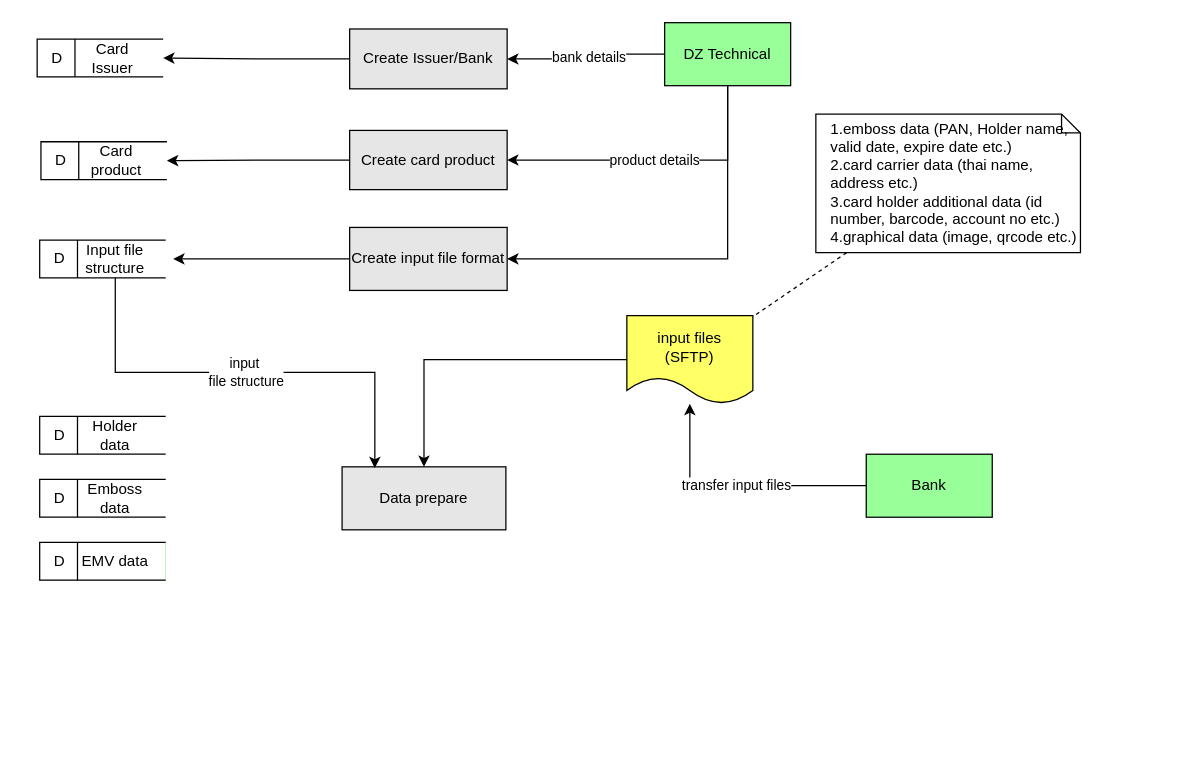
Above: page "centralize model" (1 of 3) of SmartCPSDesignSystem.drawio in delphihero/MyDocument (draw.io), before the change. Source tidied: cells renumbered, new cells numbered last; positions are measured from the earlier drawing's top-left corner, leaving out a move shared by most shapes. Both pictures are drawn from the tidied source at 126%, with x=0, y=0 at pixel (21, 23).
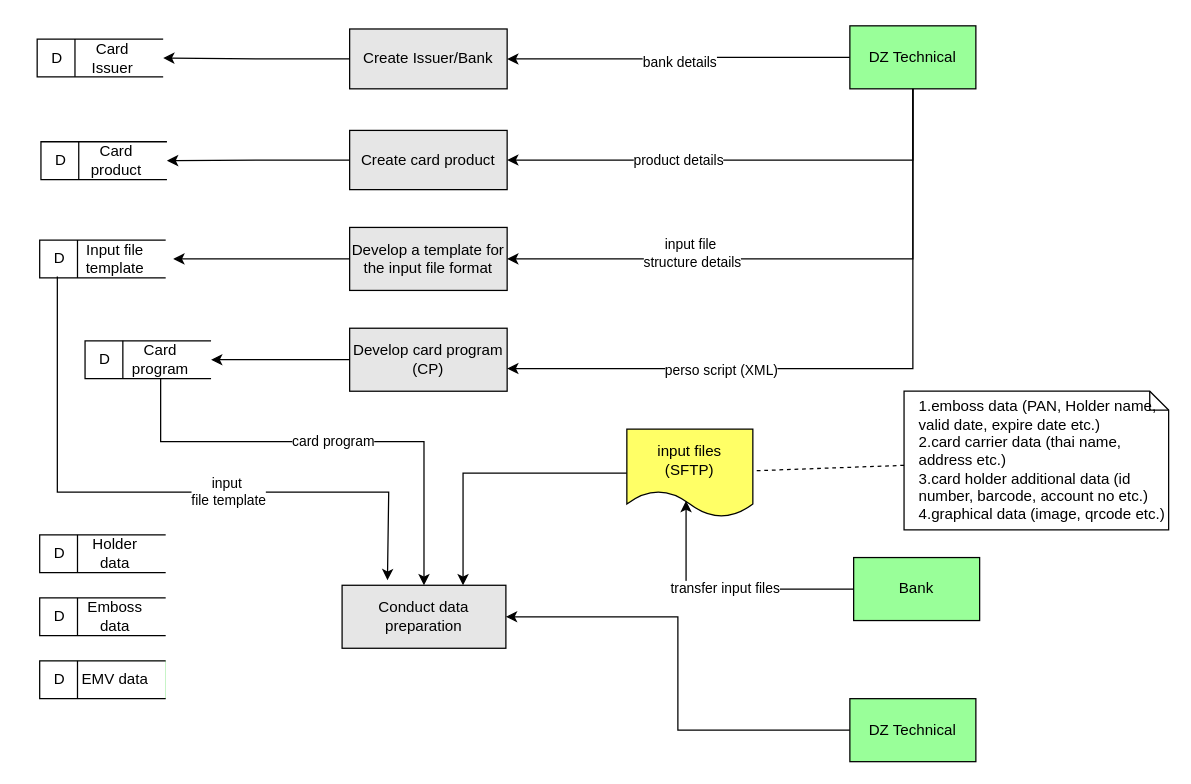
Above is the later version.

The change refers to these unchanged cells:
```xml
<mxCell id="21" style="edgeStyle=orthogonalEdgeStyle;rounded=0;jettySize=auto;html=1;entryX=1;entryY=0.5;entryDx=0;entryDy=0;exitX=0.5;exitY=1;exitDx=0;exitDy=0;" parent="1" edge="1" source="22" target="34">
  <mxGeometry relative="1" as="geometry" />
</mxCell>
<mxCell id="24" value="Create card product" style="html=1;dashed=0;whiteSpace=wrap;fillColor=#E6E6E6;" parent="1" vertex="1">
  <mxGeometry x="260" y="85" width="125" height="47" as="geometry" />
</mxCell>
<mxCell id="35" style="group;" parent="1" vertex="1">
  <mxGeometry x="14" y="172" width="100" height="30" as="geometry" />
</mxCell>
<mxCell id="36" value="&amp;nbsp; D" style="html=1;dashed=0;whiteSpace=wrap;shape=mxgraph.dfd.dataStoreID;align=left;spacingLeft=3;points=[[0,0],[0.5,0],[1,0],[0,0.5],[1,0.5],[0,1],[0.5,1],[1,1]];" parent="35" vertex="1">
  <mxGeometry width="100" height="30" as="geometry" />
</mxCell>
```

What changed in the source:
```diff
@@
-    <mxCell id="2" value="Data prepare" style="html=1;dashed=0;whiteSpace=wrap;fillColor=#E6E6E6;" parent="1" vertex="1">
-      <mxGeometry x="254" y="352" width="130" height="50" as="geometry" />
+    <mxCell id="2" value="Conduct data preparation" style="html=1;dashed=0;whiteSpace=wrap;fillColor=#E6E6E6;" parent="1" vertex="1">
+      <mxGeometry x="254" y="446" width="130" height="50" as="geometry" />
     </mxCell>
     <mxCell id="3" value="&lt;div&gt;1.emboss data (PAN, Holder name, valid date, expire date etc.)&lt;br&gt;&lt;/div&gt;&lt;div&gt;2.card carrier data (thai name, address etc.)&lt;br&gt;&lt;/div&gt;&lt;div&gt;3.card holder additional data (id number, barcode, account no etc.)&lt;/div&gt;&lt;div&gt;4.graphical data (image, qrcode etc.)&lt;br&gt;&lt;/div&gt;" style="shape=note;size=15;align=left;spacingLeft=10;html=1;whiteSpace=wrap;" parent="1" vertex="1">
-      <mxGeometry x="630" y="72" width="210" height="110" as="geometry" />
+      <mxGeometry x="700" y="292" width="210" height="110" as="geometry" />
     </mxCell>
@@
     <mxCell id="5" style="edgeStyle=orthogonalEdgeStyle;rounded=0;jettySize=auto;html=1;" parent="1" edge="1" source="6" target="2">
-      <mxGeometry relative="1" as="geometry" />
+      <mxGeometry relative="1" as="geometry">
+        <Array as="points">
+          <mxPoint x="350" y="357" />
+        </Array>
+      </mxGeometry>
     </mxCell>
     <mxCell id="6" value="&lt;div&gt;input files&lt;/div&gt;&lt;div&gt;(SFTP)&lt;br&gt;&lt;/div&gt;" style="shape=document;whiteSpace=wrap;html=1;boundedLbl=1;dashed=0;flipH=1;fillColor=#FFFF66;" parent="1" vertex="1">
-      <mxGeometry x="480" y="232" width="100" height="70" as="geometry" />
+      <mxGeometry x="480" y="322" width="100" height="70" as="geometry" />
     </mxCell>
     <mxCell id="7" style="group;" parent="1" vertex="1">
-      <mxGeometry x="14" y="362" width="100" height="30" as="geometry" />
+      <mxGeometry x="14" y="456" width="100" height="30" as="geometry" />
     </mxCell>
@@
     <mxCell id="10" style="group;fillColor=#00CC00;" parent="1" vertex="1">
-      <mxGeometry x="14" y="412" width="100" height="30" as="geometry" />
+      <mxGeometry x="14" y="506" width="100" height="30" as="geometry" />
     </mxCell>
@@
     <mxCell id="13" style="group;" parent="1" vertex="1">
-      <mxGeometry x="14" y="312" width="100" height="30" as="geometry" />
+      <mxGeometry x="14" y="406" width="100" height="30" as="geometry" />
     </mxCell>
@@
     <mxCell id="20" value="product details" style="rounded=0;jettySize=auto;html=1;entryX=1;entryY=0.5;entryDx=0;entryDy=0;exitX=0.5;exitY=1;exitDx=0;exitDy=0;edgeStyle=orthogonalEdgeStyle;" parent="1" edge="1" source="22" target="24">
-      <mxGeometry relative="1" as="geometry" />
+      <mxGeometry x="0.29" relative="1" as="geometry">
+        <mxPoint x="1" as="offset" />
+      </mxGeometry>
     </mxCell>
@@
+    <mxCell id="39" value="&lt;div&gt;input file&amp;nbsp;&lt;/div&gt;&lt;div&gt;structure details&lt;/div&gt;" style="edgeLabel;html=1;align=center;verticalAlign=middle;" parent="21" vertex="1">
+      <mxGeometry x="-0.31" y="5" relative="1" as="geometry">
+        <mxPoint x="-153" y="-10" as="offset" />
+      </mxGeometry>
+    </mxCell>
     <mxCell id="22" value="DZ Technical" style="html=1;dashed=0;whiteSpace=wrap;fillColor=#99FF99;" parent="1" vertex="1">
-      <mxGeometry x="510" y="-0.5" width="100" height="50" as="geometry" />
+      <mxGeometry x="657" y="2" width="100" height="50" as="geometry" />
     </mxCell>
@@
-    <mxCell id="31" value="transfer input files" style="edgeStyle=orthogonalEdgeStyle;rounded=0;jettySize=auto;html=1;" parent="1" edge="1" source="32" target="6">
+    <mxCell id="31" value="transfer input files" style="edgeStyle=orthogonalEdgeStyle;rounded=0;jettySize=auto;html=1;entryX=0.53;entryY=0.814;entryDx=0;entryDy=0;entryPerimeter=0;" parent="1" edge="1" source="32" target="6">
       <mxGeometry relative="1" as="geometry" />
     </mxCell>
     <mxCell id="32" value="Bank" style="html=1;dashed=0;whiteSpace=wrap;fillColor=#99FF99;" parent="1" vertex="1">
-      <mxGeometry x="670" y="342" width="100" height="50" as="geometry" />
+      <mxGeometry x="660" y="424" width="100" height="50" as="geometry" />
     </mxCell>
@@
-    <mxCell id="34" value="Create input file format" style="html=1;dashed=0;whiteSpace=wrap;fillColor=#E6E6E6;" parent="1" vertex="1">
+    <mxCell id="34" value="Develop a template for the input file format" style="html=1;dashed=0;whiteSpace=wrap;fillColor=#E6E6E6;" parent="1" vertex="1">
       <mxGeometry x="260" y="162" width="125" height="50" as="geometry" />
     </mxCell>
@@
-    <mxCell id="37" value="Input file structure" style="text;strokeColor=none;align=center;fillColor=none;html=1;verticalAlign=middle;whiteSpace=wrap;rounded=0;" parent="35" vertex="1">
+    <mxCell id="37" value="Input file template" style="text;strokeColor=none;align=center;fillColor=none;html=1;verticalAlign=middle;whiteSpace=wrap;rounded=0;" parent="35" vertex="1">
       <mxGeometry x="30" width="60" height="30" as="geometry" />
     </mxCell>
-    <mxCell id="38" value="&lt;div&gt;input&amp;nbsp;&lt;/div&gt;&lt;div&gt;file structure&lt;/div&gt;" style="rounded=0;jettySize=auto;html=1;entryX=0.2;entryY=0.02;entryDx=0;entryDy=0;entryPerimeter=0;edgeStyle=orthogonalEdgeStyle;exitX=0.5;exitY=1;exitDx=0;exitDy=0;" parent="1" edge="1" source="37" target="2">
-      <mxGeometry relative="1" as="geometry" />
+    <mxCell id="38" value="&lt;div&gt;input&amp;nbsp;&lt;/div&gt;&lt;div&gt;file template&lt;/div&gt;" style="rounded=0;jettySize=auto;html=1;edgeStyle=orthogonalEdgeStyle;exitX=0.14;exitY=0.967;exitDx=0;exitDy=0;exitPerimeter=0;" parent="1" edge="1" source="36">
+      <mxGeometry x="0.22" relative="1" as="geometry">
+        <mxPoint x="290" y="442" as="targetPoint" />
+        <Array as="points">
+          <mxPoint x="28" y="372" />
+          <mxPoint x="291" y="372" />
+        </Array>
+      </mxGeometry>
     </mxCell>
+    <mxCell id="40" style="edgeStyle=orthogonalEdgeStyle;rounded=0;jettySize=auto;html=1;entryX=1;entryY=0.5;entryDx=0;entryDy=0;" parent="1" edge="1" source="41" target="45">
+      <mxGeometry relative="1" as="geometry" />
+    </mxCell>
+    <mxCell id="41" value="Develop card program (CP)" style="html=1;dashed=0;whiteSpace=wrap;fillColor=#E6E6E6;" parent="1" vertex="1">
+      <mxGeometry x="260" y="242" width="125" height="50" as="geometry" />
+    </mxCell>
+    <mxCell id="42" style="edgeStyle=orthogonalEdgeStyle;rounded=0;jettySize=auto;html=1;entryX=1;entryY=0.64;entryDx=0;entryDy=0;entryPerimeter=0;" parent="1" edge="1" source="22" target="41">
+      <mxGeometry relative="1" as="geometry">
+        <Array as="points">
+          <mxPoint x="707" y="274" />
+        </Array>
+      </mxGeometry>
+    </mxCell>
+    <mxCell id="43" value="perso script (XML)" style="edgeLabel;html=1;align=center;verticalAlign=middle;" parent="42" vertex="1">
+      <mxGeometry x="0.38" y="1" relative="1" as="geometry" />
+    </mxCell>
+    <mxCell id="44" style="group;" parent="1" vertex="1">
+      <mxGeometry x="50" y="252" width="100" height="30" as="geometry" />
+    </mxCell>
+    <mxCell id="45" value="&amp;nbsp; D" style="html=1;dashed=0;whiteSpace=wrap;shape=mxgraph.dfd.dataStoreID;align=left;spacingLeft=3;points=[[0,0],[0.5,0],[1,0],[0,0.5],[1,0.5],[0,1],[0.5,1],[1,1]];" parent="44" vertex="1">
+      <mxGeometry width="100" height="30" as="geometry" />
+    </mxCell>
+    <mxCell id="46" value="Card program" style="text;strokeColor=none;align=center;fillColor=none;html=1;verticalAlign=middle;whiteSpace=wrap;rounded=0;" parent="44" vertex="1">
+      <mxGeometry x="30" width="60" height="30" as="geometry" />
+    </mxCell>
+    <mxCell id="47" value="card program" style="edgeStyle=orthogonalEdgeStyle;rounded=0;jettySize=auto;html=1;entryX=0.5;entryY=0;entryDx=0;entryDy=0;" parent="1" edge="1" source="46" target="2">
+      <mxGeometry relative="1" as="geometry">
+        <Array as="points">
+          <mxPoint x="110" y="332" />
+          <mxPoint x="319" y="332" />
+        </Array>
+      </mxGeometry>
+    </mxCell>
+    <mxCell id="48" style="edgeStyle=orthogonalEdgeStyle;rounded=0;jettySize=auto;html=1;entryX=1;entryY=0.5;entryDx=0;entryDy=0;" parent="1" edge="1" source="49" target="2">
+      <mxGeometry relative="1" as="geometry" />
+    </mxCell>
+    <mxCell id="49" value="DZ Technical" style="html=1;dashed=0;whiteSpace=wrap;fillColor=#99FF99;" parent="1" vertex="1">
+      <mxGeometry x="657" y="536" width="100" height="50" as="geometry" />
+    </mxCell>
```
